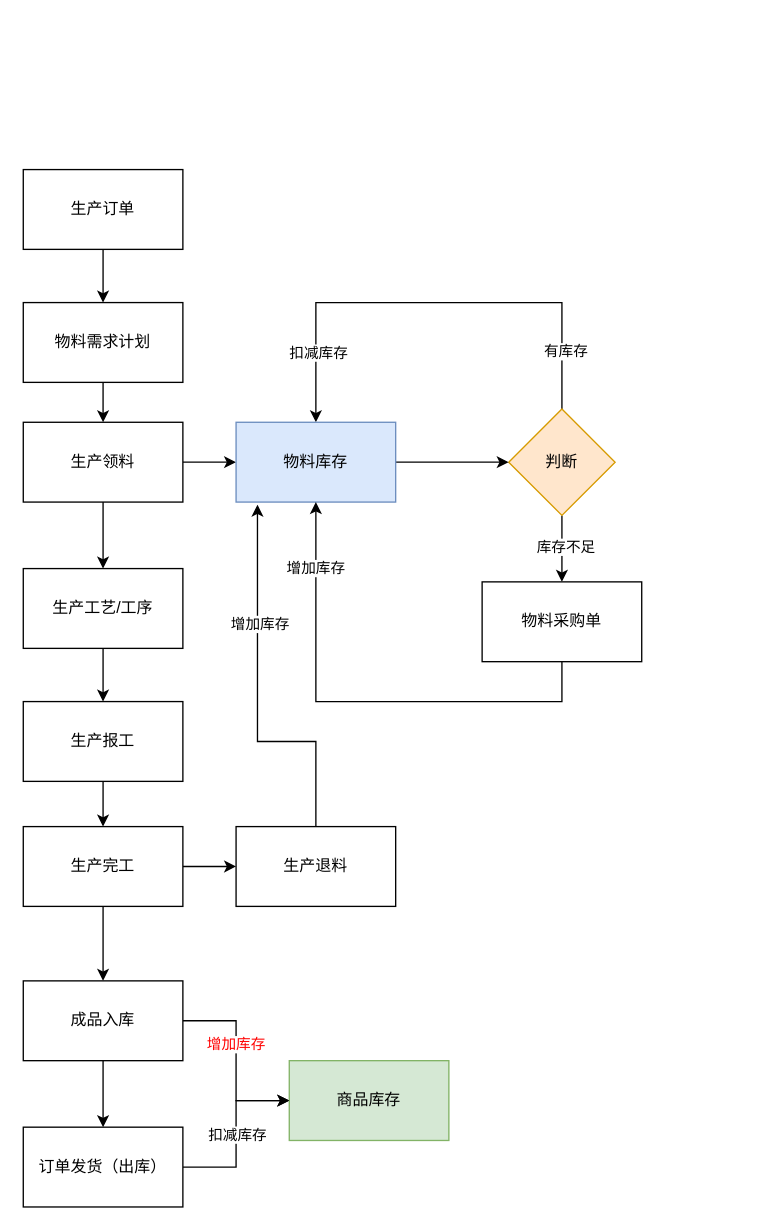
Earlier version of the draw.io diagram 生产管理.drawio (pbm0802/GitIDEATest). Source tidied: cells renumbered, new cells numbered last; positions are measured from the earlier drawing's top-left corner, leaving out a move shared by most shapes. Both pictures are drawn from the tidied source at 133%, with x=0, y=0 at pixel (23, 169).
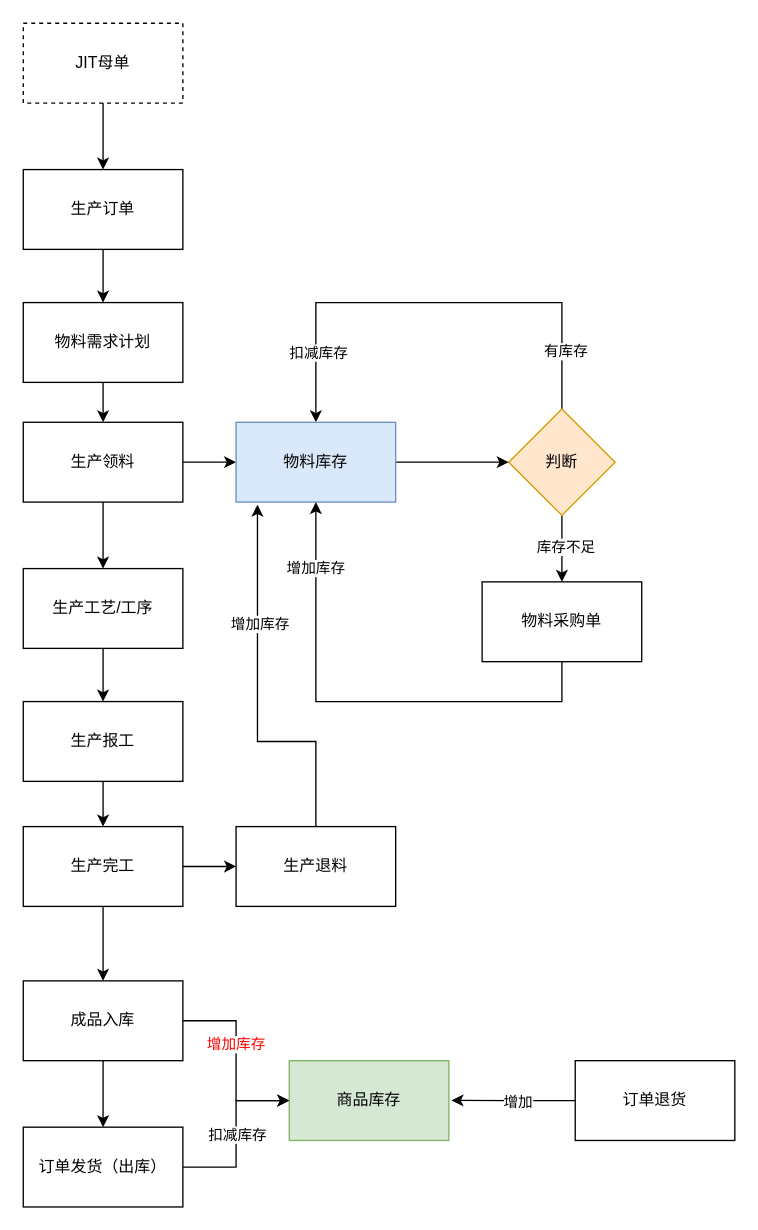
The same diagram, later.

Commit message:
更新生产管理.drawio

Unchanged cells that the change refers to:
```xml
<mxCell id="3" value="生产订单" style="rounded=0;whiteSpace=wrap;html=1;" parent="1" vertex="1">
  <mxGeometry width="120" height="60" as="geometry" />
</mxCell>
```

The edit, as a diff of the source:
```diff
@@
+    <mxCell id="38" style="edgeStyle=orthogonalEdgeStyle;rounded=0;jettySize=auto;html=1;exitX=0;exitY=0.5;exitDx=0;exitDy=0;" parent="1" edge="1" source="40">
+      <mxGeometry relative="1" as="geometry">
+        <mxPoint x="322" y="699.9" as="targetPoint" />
+      </mxGeometry>
+    </mxCell>
+    <mxCell id="39" value="增加" style="edgeLabel;html=1;align=center;verticalAlign=middle;" parent="38" vertex="1">
+      <mxGeometry x="-0.03" y="1" relative="1" as="geometry">
+        <mxPoint x="1" y="-1" as="offset" />
+      </mxGeometry>
+    </mxCell>
+    <mxCell id="40" value="订单退货" style="rounded=0;whiteSpace=wrap;html=1;" parent="1" vertex="1">
+      <mxGeometry x="415" y="670" width="120" height="60" as="geometry" />
+    </mxCell>
+    <mxCell id="41" style="edgeStyle=orthogonalEdgeStyle;rounded=0;jettySize=auto;html=1;exitX=0.5;exitY=1;exitDx=0;exitDy=0;entryX=0.5;entryY=0;entryDx=0;entryDy=0;" parent="1" edge="1" source="42" target="3">
+      <mxGeometry relative="1" as="geometry" />
+    </mxCell>
+    <mxCell id="42" value="JIT母单" style="rounded=0;whiteSpace=wrap;html=1;dashed=1;" parent="1" vertex="1">
+      <mxGeometry y="-110" width="120" height="60" as="geometry" />
+    </mxCell>
```
